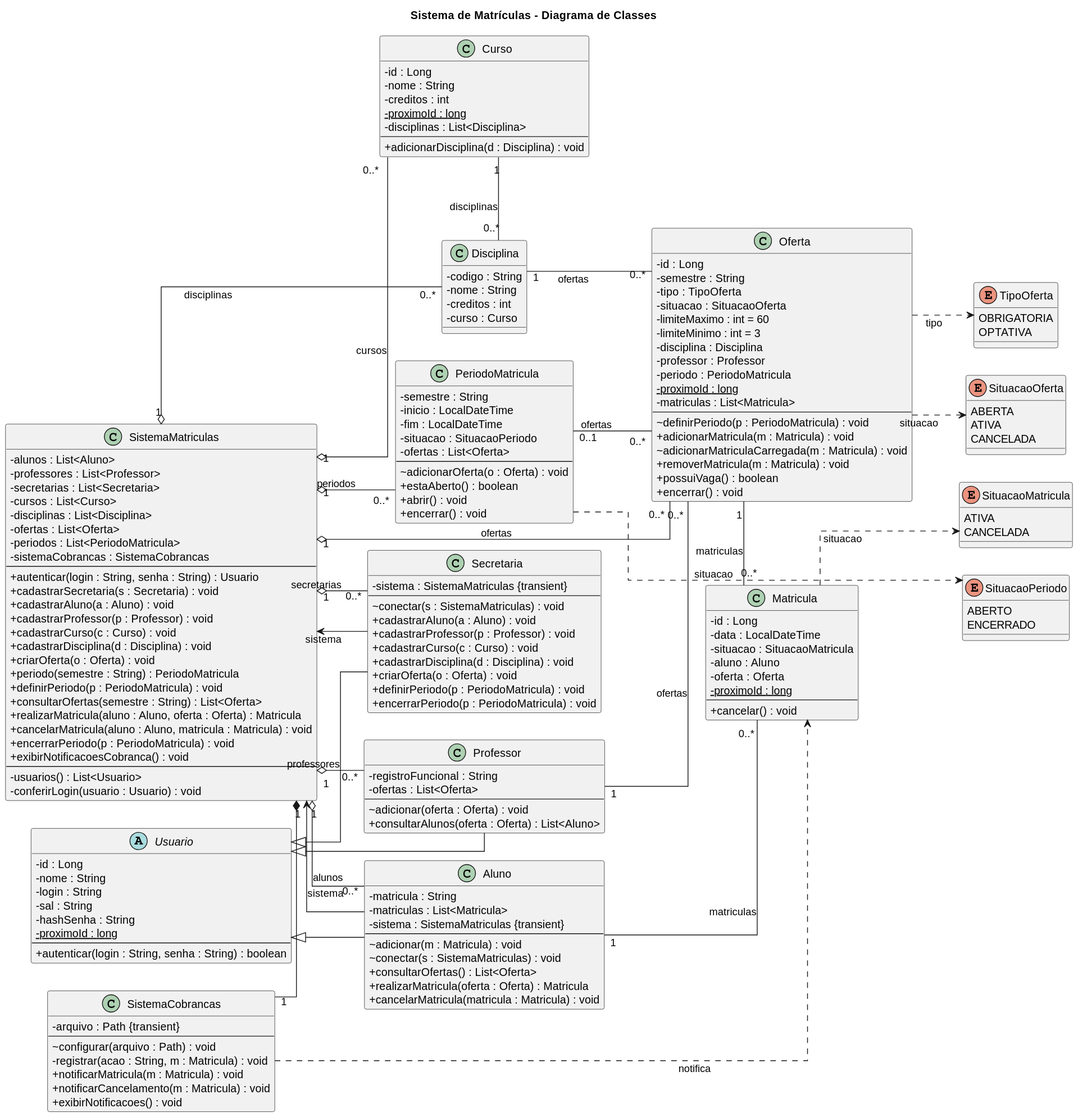
Earlier version of the PlantUML export docs/Sprint03_diagrama-de-classes.svg (izabellarbs/LABORATORIO-2---LAB_DESENVOLVIMENTO_DE_SOFTWARE). The source it was exported from:
```plantuml
@startuml
title Sistema de Matrículas - Diagrama de Classes

left to right direction
skinparam linetype ortho
skinparam classAttributeIconSize 0
skinparam shadowing false
skinparam packageStyle rectangle

abstract class Usuario {
    - id : Long
    - nome : String
    - login : String
    - sal : String
    - hashSenha : String
    - {static} proximoId : long
    --
    + autenticar(login : String, senha : String) : boolean
}

class Aluno {
    - matricula : String
    - matriculas : List<Matricula>
    - sistema : SistemaMatriculas {transient}
    --
    ~ adicionar(m : Matricula) : void
    ~ conectar(s : SistemaMatriculas) : void
    + consultarOfertas() : List<Oferta>
    + realizarMatricula(oferta : Oferta) : Matricula
    + cancelarMatricula(matricula : Matricula) : void
}

class Professor {
    - registroFuncional : String
    - ofertas : List<Oferta>
    --
    ~ adicionar(oferta : Oferta) : void
    + consultarAlunos(oferta : Oferta) : List<Aluno>
}

class Secretaria {
    - sistema : SistemaMatriculas {transient}
    --
    ~ conectar(s : SistemaMatriculas) : void
    + cadastrarAluno(a : Aluno) : void
    + cadastrarProfessor(p : Professor) : void
    + cadastrarCurso(c : Curso) : void
    + cadastrarDisciplina(d : Disciplina) : void
    + criarOferta(o : Oferta) : void
    + definirPeriodo(p : PeriodoMatricula) : void
    + encerrarPeriodo(p : PeriodoMatricula) : void
}

Usuario <|-- Aluno
Usuario <|-- Professor
Usuario <|-- Secretaria

class SistemaMatriculas {
    - alunos : List<Aluno>
    - professores : List<Professor>
    - secretarias : List<Secretaria>
    - cursos : List<Curso>
    - disciplinas : List<Disciplina>
    - ofertas : List<Oferta>
    - periodos : List<PeriodoMatricula>
    - sistemaCobrancas : SistemaCobrancas
    --
    + autenticar(login : String, senha : String) : Usuario
    + cadastrarSecretaria(s : Secretaria) : void
    + cadastrarAluno(a : Aluno) : void
    + cadastrarProfessor(p : Professor) : void
    + cadastrarCurso(c : Curso) : void
    + cadastrarDisciplina(d : Disciplina) : void
    + criarOferta(o : Oferta) : void
    + periodo(semestre : String) : PeriodoMatricula
    + definirPeriodo(p : PeriodoMatricula) : void
    + consultarOfertas(semestre : String) : List<Oferta>
    + realizarMatricula(aluno : Aluno, oferta : Oferta) : Matricula
    + cancelarMatricula(aluno : Aluno, matricula : Matricula) : void
    + encerrarPeriodo(p : PeriodoMatricula) : void
    + exibirNotificacoesCobranca() : void
    --
    - usuarios() : List<Usuario>
    - conferirLogin(usuario : Usuario) : void
}

class SistemaCobrancas {
    - arquivo : Path {transient}
    --
    ~ configurar(arquivo : Path) : void
    - registrar(acao : String, m : Matricula) : void
    + notificarMatricula(m : Matricula) : void
    + notificarCancelamento(m : Matricula) : void
    + exibirNotificacoes() : void
}

class Curso {
    - id : Long
    - nome : String
    - creditos : int
    - {static} proximoId : long
    - disciplinas : List<Disciplina>
    --
    + adicionarDisciplina(d : Disciplina) : void
}

class Disciplina {
    - codigo : String
    - nome : String
    - creditos : int
    - curso : Curso
}

class Oferta {
    - id : Long
    - semestre : String
    - tipo : TipoOferta
    - situacao : SituacaoOferta
    - limiteMaximo : int = 60
    - limiteMinimo : int = 3
    - disciplina : Disciplina
    - professor : Professor
    - periodo : PeriodoMatricula
    - {static} proximoId : long
    - matriculas : List<Matricula>
    --
    ~ definirPeriodo(p : PeriodoMatricula) : void
    + adicionarMatricula(m : Matricula) : void
    ~ adicionarMatriculaCarregada(m : Matricula) : void
    + removerMatricula(m : Matricula) : void
    + possuiVaga() : boolean
    + encerrar() : void
}

class Matricula {
    - id : Long
    - data : LocalDateTime
    - situacao : SituacaoMatricula
    - aluno : Aluno
    - oferta : Oferta
    - {static} proximoId : long
    --
    + cancelar() : void
}

class PeriodoMatricula {
    - semestre : String
    - inicio : LocalDateTime
    - fim : LocalDateTime
    - situacao : SituacaoPeriodo
    - ofertas : List<Oferta>
    --
    ~ adicionarOferta(o : Oferta) : void
    + estaAberto() : boolean
    + abrir() : void
    + encerrar() : void
}

enum TipoOferta {
    OBRIGATORIA
    OPTATIVA
}

enum SituacaoOferta {
    ABERTA
    ATIVA
    CANCELADA
}

enum SituacaoMatricula {
    ATIVA
    CANCELADA
}

enum SituacaoPeriodo {
    ABERTO
    ENCERRADO
}

Curso "1" -- "0..*" Disciplina : disciplinas
Disciplina "1" -- "0..*" Oferta : ofertas
Professor "1" -- "0..*" Oferta : ofertas
Oferta "1" -- "0..*" Matricula : matriculas
Aluno "1" -- "0..*" Matricula : matriculas
PeriodoMatricula "0..1" -- "0..*" Oferta : ofertas

SistemaMatriculas "1" *-- "1" SistemaCobrancas

SistemaMatriculas "1" o-- "0..*" Aluno : alunos
SistemaMatriculas "1" o-- "0..*" Professor : professores
SistemaMatriculas "1" o-- "0..*" Secretaria : secretarias
SistemaMatriculas "1" o-- "0..*" Curso : cursos
SistemaMatriculas "1" o-- "0..*" Disciplina : disciplinas
SistemaMatriculas "1" o-- "0..*" Oferta : ofertas
SistemaMatriculas "1" o-- "0..*" PeriodoMatricula : periodos

Aluno --> SistemaMatriculas : sistema
Secretaria --> SistemaMatriculas : sistema

SistemaCobrancas ..> Matricula : notifica

Oferta ..> TipoOferta : tipo
Oferta ..> SituacaoOferta : situacao
Matricula ..> SituacaoMatricula : situacao
PeriodoMatricula ..> SituacaoPeriodo : situacao

SistemaMatriculas -[hidden]right- SistemaCobrancas

Curso -[hidden]right- Disciplina
Disciplina -[hidden]right- Oferta
Oferta -[hidden]right- Matricula

TipoOferta -[hidden]right- SituacaoOferta
SituacaoOferta -[hidden]right- SituacaoMatricula
SituacaoMatricula -[hidden]right- SituacaoPeriodo
@enduml
```
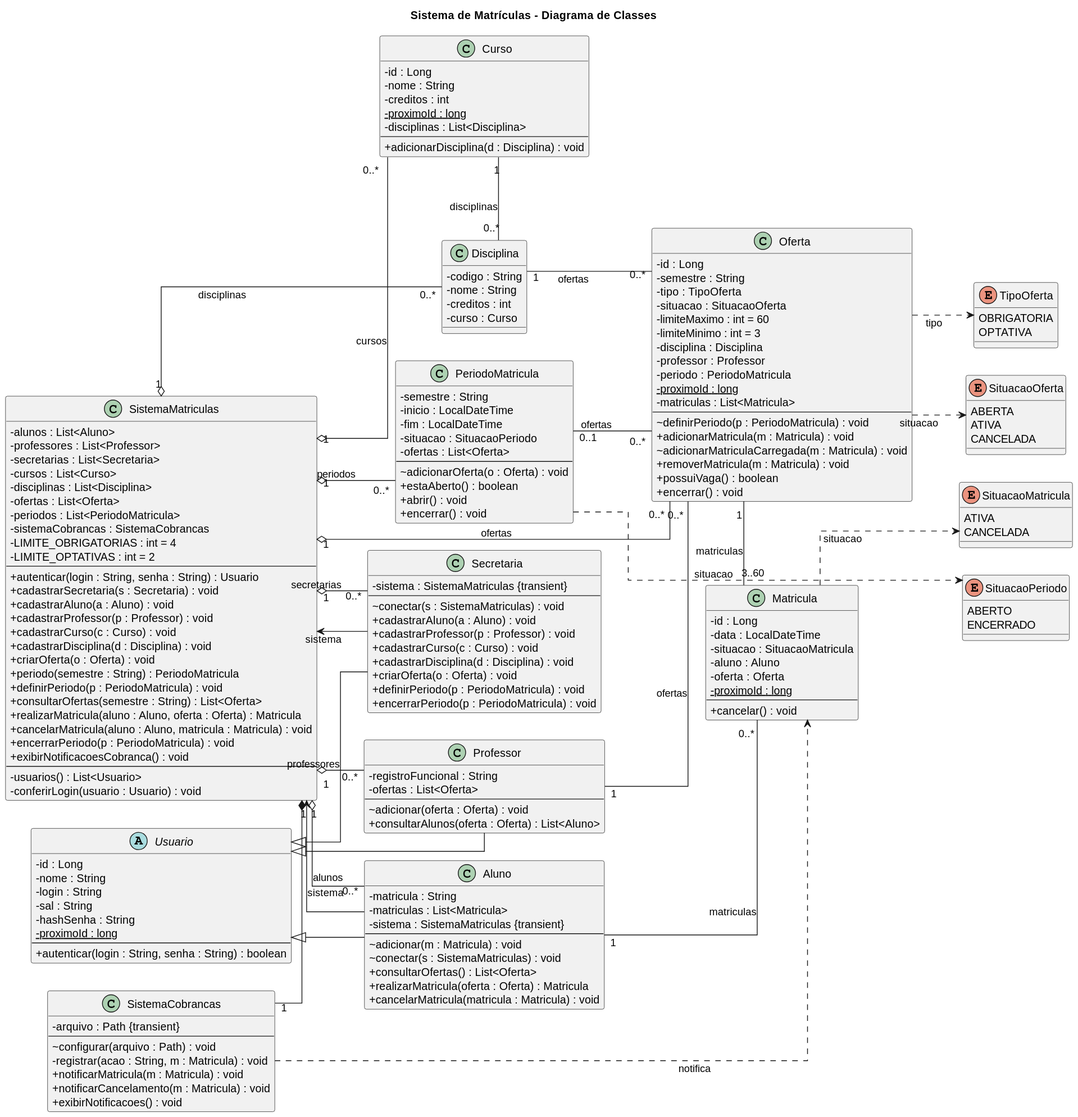
After the change.

Commit message:
correção diagrama de classe de uso, ajustes no código

Change to the diagram source:
```diff
@@ -64,6 +64,8 @@
     - ofertas : List<Oferta>
     - periodos : List<PeriodoMatricula>
     - sistemaCobrancas : SistemaCobrancas
+    - LIMITE_OBRIGATORIAS : int = 4
+    - LIMITE_OPTATIVAS : int = 2
     --
     + autenticar(login : String, senha : String) : Usuario
     + cadastrarSecretaria(s : Secretaria) : void
@@ -180,7 +182,7 @@
 Curso "1" -- "0..*" Disciplina : disciplinas
 Disciplina "1" -- "0..*" Oferta : ofertas
 Professor "1" -- "0..*" Oferta : ofertas
-Oferta "1" -- "0..*" Matricula : matriculas
+Oferta "1" -- "3..60" Matricula : matriculas
 Aluno "1" -- "0..*" Matricula : matriculas
 PeriodoMatricula "0..1" -- "0..*" Oferta : ofertas
 
```
